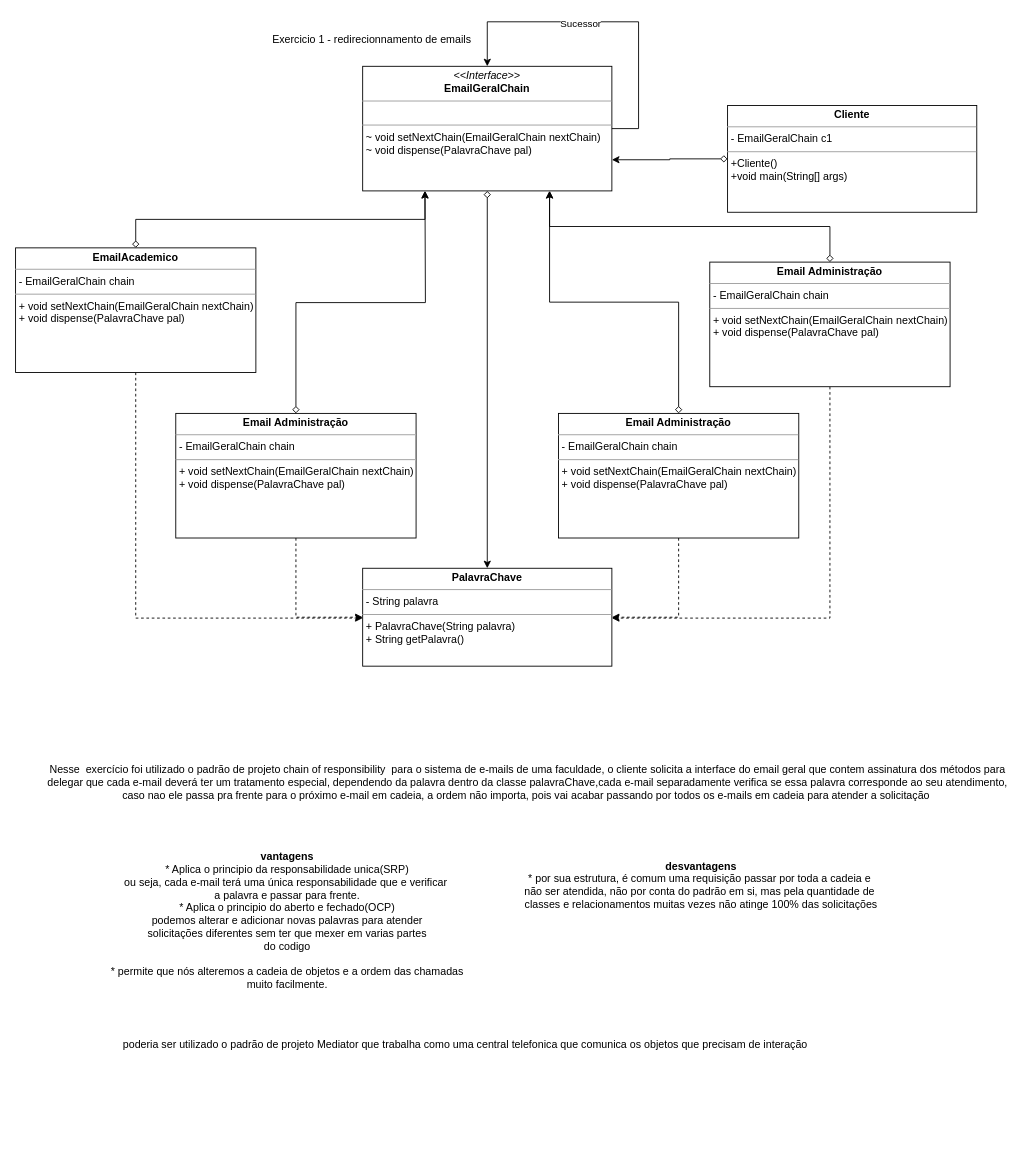
Above: page "1_E-mails" (1 of 4) of Arq_ADO_1.drawio in MatheusSantosDev/diagramas-UML (draw.io), before the change. Source tidied: cells renumbered, new cells numbered last; positions are measured from the earlier drawing's top-left corner, leaving out a move shared by most shapes. Both pictures are drawn from the tidied source at 89%, with x=0, y=0 at pixel (15, 21).
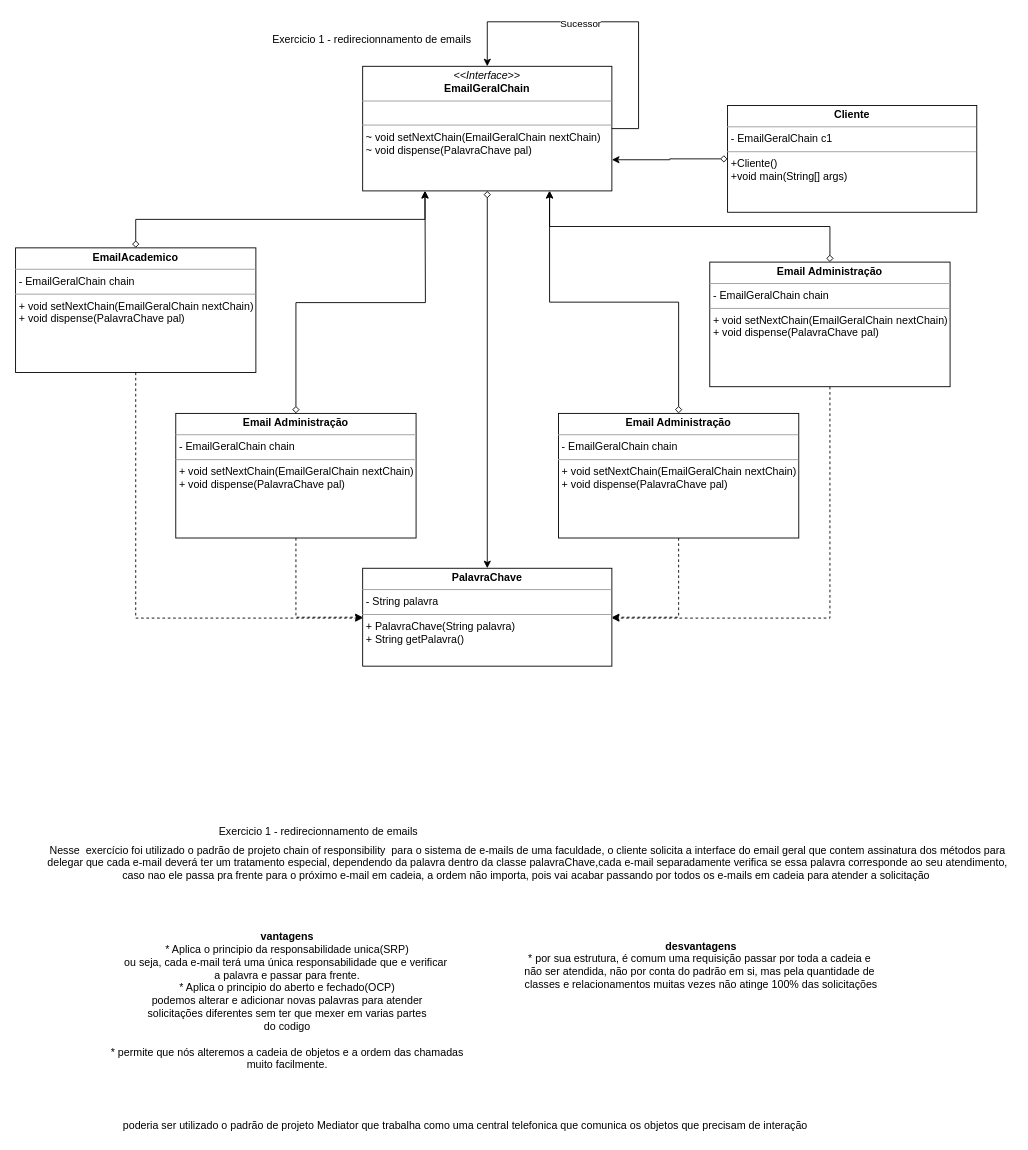
The same page after the edit.

The edit, as a diff of the source:
```diff
@@
     <mxCell id="21" value="Nesse&amp;nbsp; exercício foi utilizado o padrão de projeto chain of responsibility&amp;nbsp; para o sistema de e-mails de uma faculdade, o cliente solicita a interface do email geral que contem assinatura dos métodos para &lt;br&gt;delegar que cada e-mail deverá ter um tratamento especial, dependendo da palavra dentro da classe palavraChave,cada e-mail separadamente verifica se essa palavra corresponde ao seu atendimento, &lt;br&gt;caso nao ele passa pra frente para o próximo e-mail em cadeia, a ordem não importa, pois vai acabar passando por todos os e-mails em cadeia para atender a solicitação&amp;nbsp;" style="text;html=1;align=center;verticalAlign=middle;" parent="1" vertex="1">
-      <mxGeometry x="30" y="830" width="1090" height="50" as="geometry" />
+      <mxGeometry x="30" y="920" width="1090" height="50" as="geometry" />
     </mxCell>
     <mxCell id="22" value="&lt;b&gt;vantagens&lt;/b&gt;&lt;br&gt;* Aplica o principio da responsabilidade unica(SRP)&lt;br&gt;ou seja, cada e-mail terá uma única responsabilidade que e verificar&amp;nbsp;&lt;br&gt;a palavra e passar para frente.&lt;br&gt;* Aplica o principio do aberto e fechado(OCP)&lt;br&gt;podemos alterar e adicionar novas palavras para atender&lt;br&gt;solicitações diferentes sem ter que mexer em varias partes&lt;br&gt;do codigo&lt;br&gt;&lt;br&gt;* permite que nós alteremos a cadeia de objetos e a ordem das chamadas&lt;br&gt;muito facilmente." style="text;html=1;align=center;verticalAlign=middle;" parent="1" vertex="1">
-      <mxGeometry x="100" y="930" width="410" height="160" as="geometry" />
+      <mxGeometry x="100" y="1020" width="410" height="160" as="geometry" />
     </mxCell>
     <mxCell id="23" value="&lt;b&gt;desvantagens&lt;/b&gt;&lt;br&gt;* por sua estrutura, é comum uma requisição passar por toda a cadeia e&amp;nbsp;&lt;br&gt;não ser atendida, não por conta do padrão em si, mas pela quantidade de&amp;nbsp;&lt;br&gt;classes e relacionamentos muitas vezes não atinge 100% das solicitações" style="text;html=1;align=center;verticalAlign=middle;" parent="1" vertex="1">
-      <mxGeometry x="565" y="940" width="410" height="60" as="geometry" />
+      <mxGeometry x="565" y="1030" width="410" height="60" as="geometry" />
     </mxCell>
     <mxCell id="24" value="poderia ser utilizado o padrão de projeto Mediator que trabalha como uma central telefonica que comunica os objetos que precisam de interação" style="text;html=1;align=center;verticalAlign=middle;" parent="1" vertex="1">
-      <mxGeometry x="115" y="1140" width="780" height="20" as="geometry" />
+      <mxGeometry x="115" y="1230" width="780" height="20" as="geometry" />
     </mxCell>
@@
+    <mxCell id="26" value="Exercicio 1 - redirecionnamento de emails" style="text;html=1;align=center;verticalAlign=middle;" parent="1" vertex="1">
+      <mxGeometry x="220" y="900" width="240" height="20" as="geometry" />
+    </mxCell>
```
